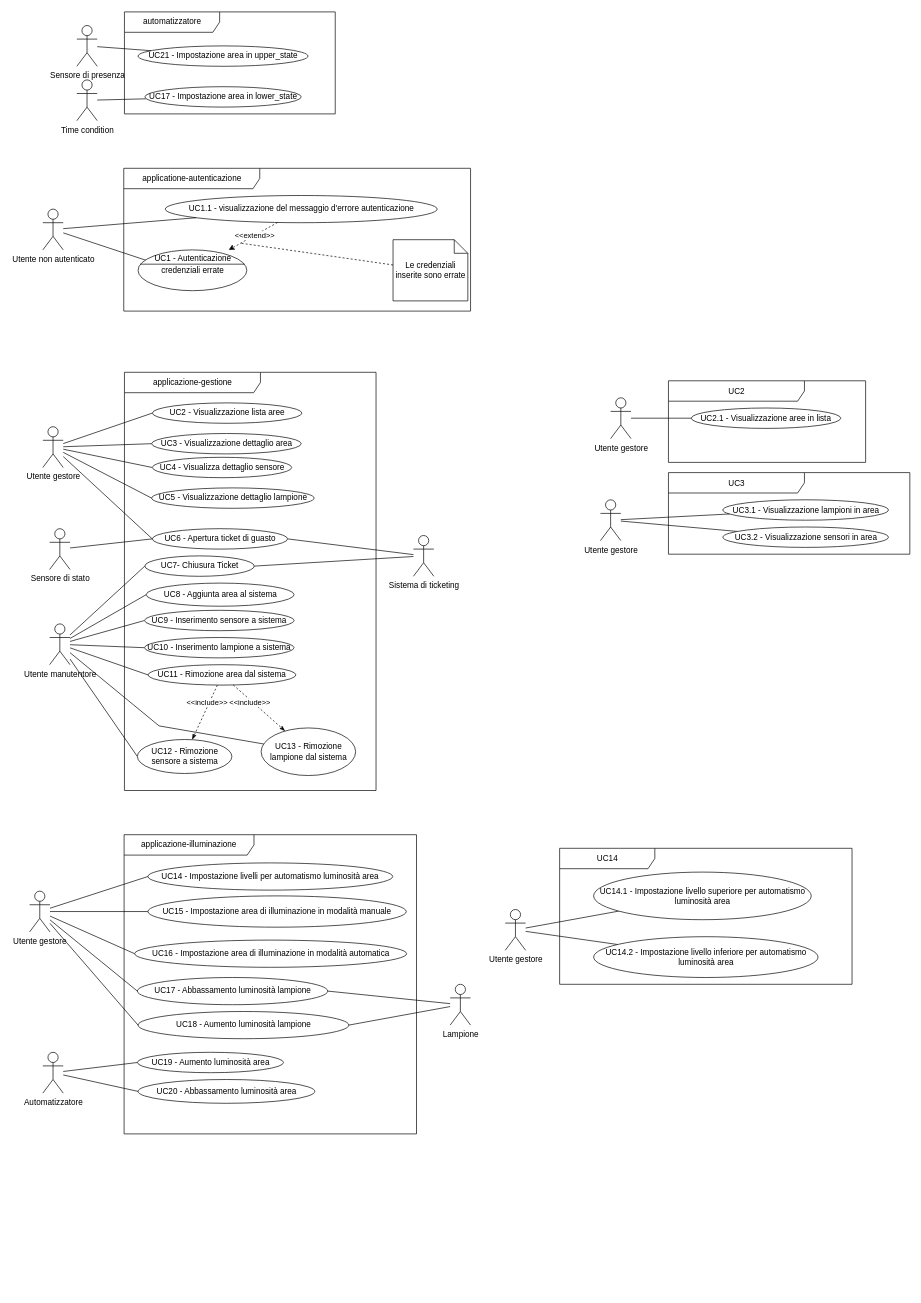
Earlier version of the draw.io diagram page "OK" (1 of 8) of casi_uso_grafici.drawio (SWEasabi/analisi-dei-requisiti). Source tidied: cells renumbered, new cells numbered last; positions are measured from the earlier drawing's top-left corner, leaving out a move shared by most shapes. Both pictures are drawn from the tidied source at 68%, with x=0, y=0 at pixel (29, 12).
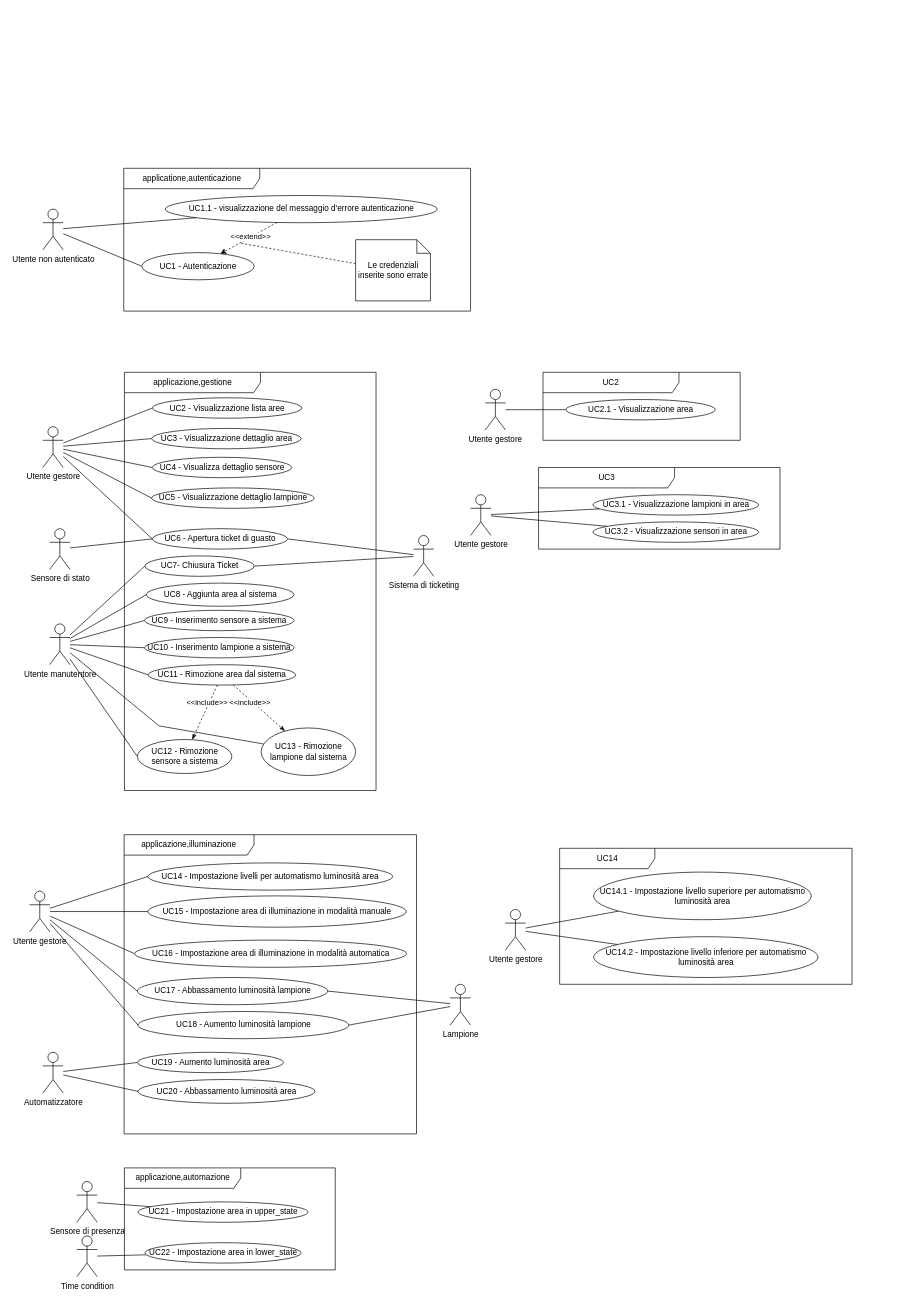
After the change.

Commit message:
Separati i grafici in più pagine per facilità di esportazione

The change refers to these unchanged cells:
```xml
<mxCell id="7" value="Utente non autenticato" style="shape=umlActor;verticalLabelPosition=bottom;verticalAlign=top;html=1;outlineConnect=0;gradientColor=none;" parent="1" vertex="1">
  <mxGeometry x="19.5" y="290" width="30" height="60" as="geometry" />
</mxCell>
<mxCell id="8" value="UC1.1 - visualizzazione del messaggio d'errore autenticazione" style="ellipse;whiteSpace=wrap;html=1;" parent="1" vertex="1">
  <mxGeometry x="199.5" y="270" width="400" height="40" as="geometry" />
</mxCell>
```

The edit, as a diff of the source:
```diff
@@
-    <mxCell id="2" value="applicazione-illuminazione" style="shape=umlFrame;whiteSpace=wrap;html=1;width=191;height=30;" parent="1" vertex="1">
+    <mxCell id="2" value="applicazione,illuminazione" style="shape=umlFrame;whiteSpace=wrap;html=1;width=191;height=30;" parent="1" vertex="1">
       <mxGeometry x="139" y="1210" width="430" height="440" as="geometry" />
     </mxCell>
-    <mxCell id="3" value="applicazione-gestione" style="shape=umlFrame;whiteSpace=wrap;html=1;width=200;height=30;" parent="1" vertex="1">
+    <mxCell id="3" value="applicazione,gestione" style="shape=umlFrame;whiteSpace=wrap;html=1;width=200;height=30;" parent="1" vertex="1">
       <mxGeometry x="139.5" y="530" width="370" height="615" as="geometry" />
     </mxCell>
-    <mxCell id="4" value="automatizzatore" style="shape=umlFrame;whiteSpace=wrap;html=1;width=140;height=30;" parent="1" vertex="1">
-      <mxGeometry x="139.5" width="310" height="150" as="geometry" />
-    </mxCell>
-    <mxCell id="5" value="applicatione-autenticazione" style="shape=umlFrame;whiteSpace=wrap;html=1;width=200;height=30;" parent="1" vertex="1">
+    <mxCell id="5" value="applicatione,autenticazione" style="shape=umlFrame;whiteSpace=wrap;html=1;width=200;height=30;" parent="1" vertex="1">
       <mxGeometry x="138.5" y="230" width="510" height="210" as="geometry" />
     </mxCell>
-    <mxCell id="6" style="edgeStyle=none;rounded=0;jettySize=auto;html=1;shadow=0;endArrow=none;endFill=0;startSize=999;endSize=6;sourcePerimeterSpacing=0;targetPerimeterSpacing=0;entryX=0.106;entryY=0.283;entryDx=0;entryDy=0;entryPerimeter=0;" parent="1" edge="1" source="7" target="14">
+    <mxCell id="6" style="edgeStyle=none;rounded=0;jettySize=auto;html=1;shadow=0;endArrow=none;endFill=0;startSize=999;endSize=6;sourcePerimeterSpacing=0;targetPerimeterSpacing=0;entryX=0;entryY=0.5;entryDx=0;entryDy=0;" parent="1" edge="1" source="7" target="15">
       <mxGeometry relative="1" as="geometry" />
     </mxCell>
@@
-    <mxCell id="9" style="rounded=0;jettySize=auto;html=1;dashed=1;" parent="1" edge="1" source="8" target="14">
+    <mxCell id="9" style="rounded=0;jettySize=auto;html=1;dashed=1;" parent="1" edge="1" source="8" target="15">
       <mxGeometry relative="1" as="geometry" />
     </mxCell>
@@
     <mxCell id="12" value="Le credenziali inserite sono errate" style="shape=note;size=20;whiteSpace=wrap;html=1;" parent="1" vertex="1">
-      <mxGeometry x="534.5" y="335" width="110" height="90" as="geometry" />
+      <mxGeometry x="479.5" y="335" width="110" height="90" as="geometry" />
     </mxCell>
@@
-    <mxCell id="14" value="credenziali errate" style="html=1;shape=mxgraph.sysml.useCaseExtPt;whiteSpace=wrap;align=center;" parent="1" vertex="1">
-      <mxGeometry x="159.5" y="350" width="160" height="60" as="geometry" />
-    </mxCell>
-    <mxCell id="15" value="&lt;span style=&quot;font-weight: normal&quot;&gt;UC1 - Autenticazione&lt;/span&gt;" style="html=1;verticalAlign=middle;align=center;labelBackgroundColor=none;fontStyle=1;" parent="14" vertex="1">
-      <mxGeometry x="80" y="12.8" as="geometry" />
-    </mxCell>
@@
     <mxCell id="20" value="UC3 - Visualizzazione dettaglio area" style="ellipse;whiteSpace=wrap;html=1;" parent="1" vertex="1">
-      <mxGeometry x="179.5" y="620" width="220" height="30" as="geometry" />
+      <mxGeometry x="179.5" y="612.5" width="220" height="30" as="geometry" />
     </mxCell>
@@
     <mxCell id="25" value="UC2 - Visualizzazione lista aree" style="ellipse;whiteSpace=wrap;html=1;" parent="1" vertex="1">
-      <mxGeometry x="180.5" y="575" width="220" height="30" as="geometry" />
+      <mxGeometry x="180.5" y="567.5" width="220" height="30" as="geometry" />
     </mxCell>
     <mxCell id="26" value="UC3" style="shape=umlFrame;whiteSpace=wrap;html=1;width=200;height=30;" parent="1" vertex="1">
-      <mxGeometry x="939.5" y="677.5" width="355" height="120" as="geometry" />
+      <mxGeometry x="748.5" y="670" width="355" height="120" as="geometry" />
     </mxCell>
     <mxCell id="27" value="Utente gestore" style="shape=umlActor;verticalLabelPosition=bottom;verticalAlign=top;html=1;outlineConnect=0;gradientColor=none;" parent="1" vertex="1">
-      <mxGeometry x="839.5" y="717.5" width="30" height="60" as="geometry" />
+      <mxGeometry x="648.5" y="710" width="30" height="60" as="geometry" />
     </mxCell>
     <mxCell id="28" value="UC3.1 - Visualizzazione lampioni in area" style="ellipse;whiteSpace=wrap;html=1;" parent="1" vertex="1">
-      <mxGeometry x="1019.5" y="717.5" width="243.5" height="30" as="geometry" />
+      <mxGeometry x="828.5" y="710" width="243.5" height="30" as="geometry" />
     </mxCell>
@@
     <mxCell id="31" value="UC3.2 - Visualizzazione sensori in area" style="ellipse;whiteSpace=wrap;html=1;" parent="1" vertex="1">
-      <mxGeometry x="1019.5" y="757.5" width="243.5" height="30" as="geometry" />
+      <mxGeometry x="828.5" y="750" width="243.5" height="30" as="geometry" />
     </mxCell>
@@
     <mxCell id="38" value="UC2" style="shape=umlFrame;whiteSpace=wrap;html=1;width=200;height=30;" parent="1" vertex="1">
-      <mxGeometry x="939.5" y="542.5" width="290" height="120" as="geometry" />
+      <mxGeometry x="755" y="530" width="290" height="100" as="geometry" />
     </mxCell>
     <mxCell id="39" value="Utente gestore" style="shape=umlActor;verticalLabelPosition=bottom;verticalAlign=top;html=1;outlineConnect=0;gradientColor=none;" parent="1" vertex="1">
-      <mxGeometry x="854.5" y="567.5" width="30" height="60" as="geometry" />
+      <mxGeometry x="670" y="555" width="30" height="60" as="geometry" />
     </mxCell>
-    <mxCell id="40" value="UC2.1 - Visualizzazione aree in lista" style="ellipse;whiteSpace=wrap;html=1;" parent="1" vertex="1">
-      <mxGeometry x="973" y="582.5" width="220" height="30" as="geometry" />
+    <mxCell id="40" value="UC2.1 - Visualizzazione area" style="ellipse;whiteSpace=wrap;html=1;" parent="1" vertex="1">
+      <mxGeometry x="788.5" y="570" width="220" height="30" as="geometry" />
     </mxCell>
@@
-    <mxCell id="42" style="edgeStyle=none;rounded=0;jumpStyle=none;jumpSize=15;jettySize=auto;html=1;endArrow=none;endFill=0;" parent="1" edge="1" source="43" target="47">
-      <mxGeometry relative="1" as="geometry" />
-    </mxCell>
-    <mxCell id="43" value="Time condition" style="shape=umlActor;verticalLabelPosition=bottom;verticalAlign=top;html=1;outlineConnect=0;gradientColor=none;" parent="1" vertex="1">
-      <mxGeometry x="69.5" y="100" width="30" height="60" as="geometry" />
-    </mxCell>
-    <mxCell id="44" value="UC21 - Impostazione area in upper_state" style="ellipse;whiteSpace=wrap;html=1;gradientColor=none;" parent="1" vertex="1">
-      <mxGeometry x="159.5" y="50" width="250" height="30" as="geometry" />
-    </mxCell>
-    <mxCell id="45" style="rounded=0;jettySize=auto;html=1;endArrow=none;endFill=0;targetPerimeterSpacing=0;sourcePerimeterSpacing=0;endSize=6;shadow=0;" parent="1" edge="1" source="46" target="44">
-      <mxGeometry relative="1" as="geometry" />
-    </mxCell>
-    <mxCell id="46" value="Sensore di presenza" style="shape=umlActor;verticalLabelPosition=bottom;verticalAlign=top;html=1;outlineConnect=0;gradientColor=none;" parent="1" vertex="1">
-      <mxGeometry x="69.5" y="20" width="30" height="60" as="geometry" />
-    </mxCell>
-    <mxCell id="47" value="UC17 - Impostazione area in lower_state" style="ellipse;whiteSpace=wrap;html=1;gradientColor=none;" parent="1" vertex="1">
-      <mxGeometry x="169.5" y="110" width="230" height="30" as="geometry" />
-    </mxCell>
@@
+    <mxCell id="92" value="applicazione,automazione" style="shape=umlFrame;whiteSpace=wrap;html=1;width=171;height=30;" parent="1" vertex="1">
+      <mxGeometry x="139.5" y="1700" width="310" height="150" as="geometry" />
+    </mxCell>
+    <mxCell id="93" style="edgeStyle=none;rounded=0;jumpStyle=none;jumpSize=15;jettySize=auto;html=1;endArrow=none;endFill=0;" parent="1" edge="1" source="43" target="94">
+      <mxGeometry relative="1" as="geometry" />
+    </mxCell>
+    <mxCell id="43" value="Time condition" style="shape=umlActor;verticalLabelPosition=bottom;verticalAlign=top;html=1;outlineConnect=0;gradientColor=none;" parent="1" vertex="1">
+      <mxGeometry x="69.5" y="1800" width="30" height="60" as="geometry" />
+    </mxCell>
+    <mxCell id="44" value="UC21 - Impostazione area in upper_state" style="ellipse;whiteSpace=wrap;html=1;gradientColor=none;" parent="1" vertex="1">
+      <mxGeometry x="159.5" y="1750" width="250" height="30" as="geometry" />
+    </mxCell>
+    <mxCell id="45" style="rounded=0;jettySize=auto;html=1;endArrow=none;endFill=0;targetPerimeterSpacing=0;sourcePerimeterSpacing=0;endSize=6;shadow=0;" parent="1" edge="1" source="46" target="44">
+      <mxGeometry relative="1" as="geometry" />
+    </mxCell>
+    <mxCell id="46" value="Sensore di presenza" style="shape=umlActor;verticalLabelPosition=bottom;verticalAlign=top;html=1;outlineConnect=0;gradientColor=none;" parent="1" vertex="1">
+      <mxGeometry x="69.5" y="1720" width="30" height="60" as="geometry" />
+    </mxCell>
+    <mxCell id="94" value="UC22 - Impostazione area in lower_state" style="ellipse;whiteSpace=wrap;html=1;gradientColor=none;" parent="1" vertex="1">
+      <mxGeometry x="169.5" y="1810" width="230" height="30" as="geometry" />
+    </mxCell>
+    <mxCell id="15" value="UC1 - Autenticazione" style="ellipse;whiteSpace=wrap;html=1;" parent="1" vertex="1">
+      <mxGeometry x="165" y="354" width="165.5" height="40" as="geometry" />
+    </mxCell>
```
